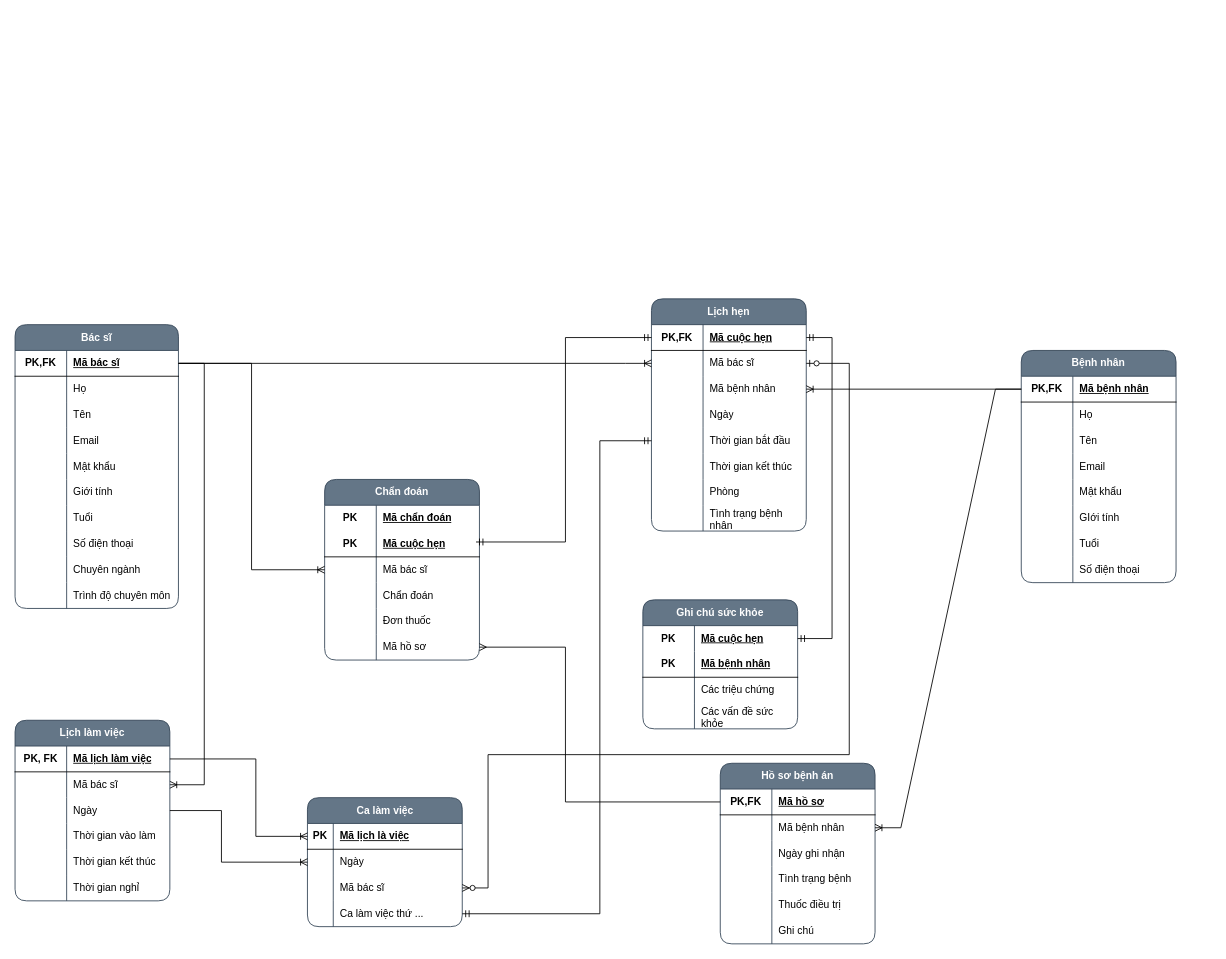
This is Untitled Diagram.drawio from AugustLee25/AugustLee25, a draw.io file, before an edit. Source tidied: cells renumbered, new cells numbered last; positions are measured from the earlier drawing's top-left corner, leaving out a move shared by most shapes. Both pictures are drawn from the tidied source at 86%, with x=0, y=0 at pixel (-338, 152).
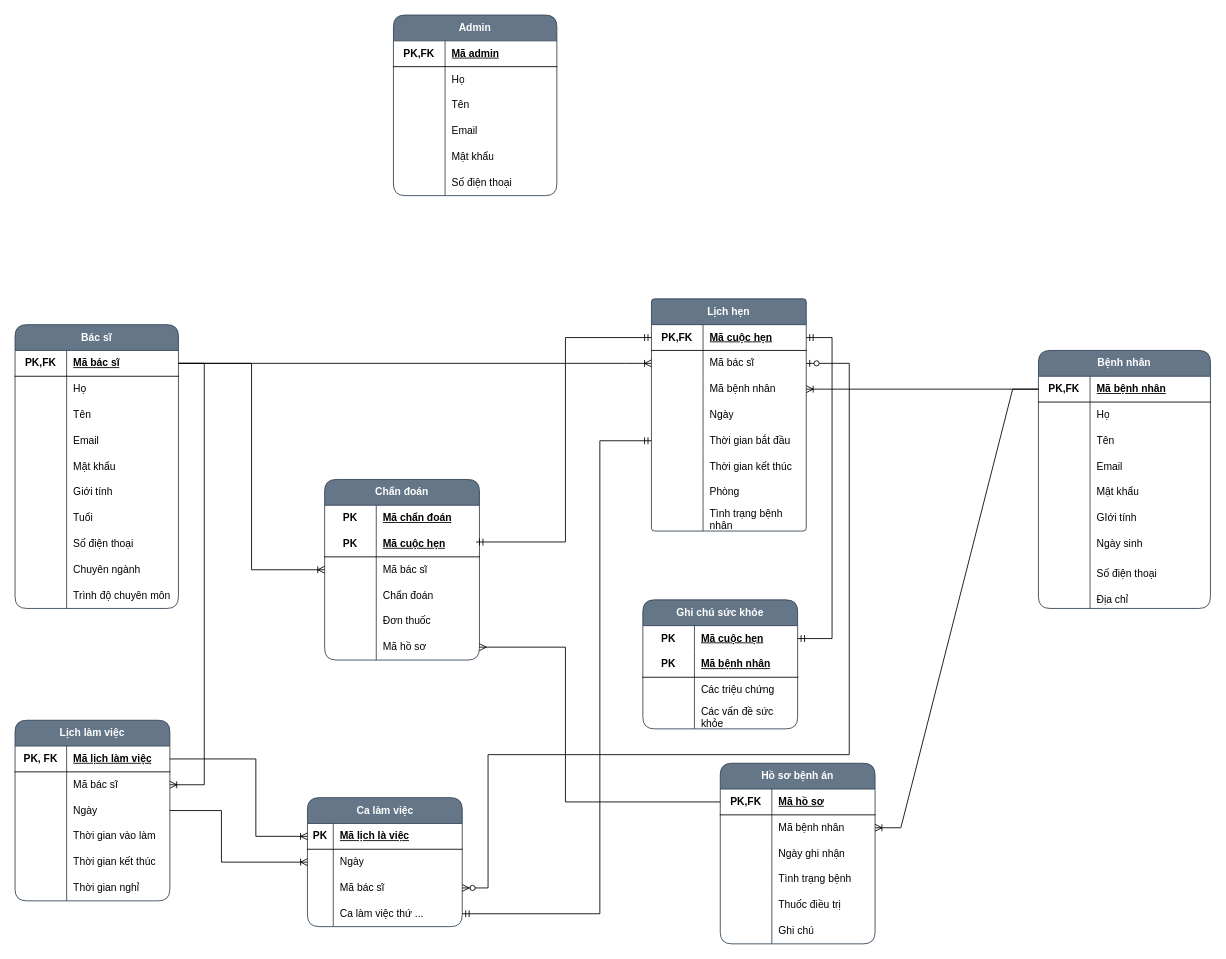
The same page after the edit.

Change to the diagram source:
```diff
@@
     <mxCell id="2" value="Bệnh nhân" style="shape=table;startSize=30;childLayout=tableLayout;rowLines=0;fontStyle=1;align=center;html=1;whiteSpace=wrap;rounded=1;fillColor=#647687;fontColor=#ffffff;strokeColor=#314354;" parent="1" vertex="1">
-      <mxGeometry x="1580" y="230" width="180" height="270" as="geometry" />
+      <mxGeometry x="1600" y="230" width="200" height="300" as="geometry" />
     </mxCell>
     <mxCell id="3" style="shape=tableRow;horizontal=0;startSize=0;swimlaneHead=0;swimlaneBody=0;fillColor=none;points=[[0,0.5],[1,0.5]];portConstraint=eastwest;top=0;left=0;right=0;bottom=1;html=1;" parent="2" vertex="1">
-      <mxGeometry y="30" width="180" height="30" as="geometry" />
+      <mxGeometry y="30" width="200" height="30" as="geometry" />
     </mxCell>
@@
     <mxCell id="5" value="Mã bệnh nhân" style="shape=partialRectangle;fillColor=none;top=0;left=0;bottom=0;right=0;align=left;spacingLeft=6;fontStyle=5;overflow=hidden;html=1;whiteSpace=wrap;" parent="3" vertex="1">
-      <mxGeometry x="60" width="120" height="30" as="geometry" />
+      <mxGeometry x="60" width="140" height="30" as="geometry" />
     </mxCell>
     <mxCell id="6" style="shape=tableRow;horizontal=0;startSize=0;swimlaneHead=0;swimlaneBody=0;fillColor=none;top=0;left=0;right=0;bottom=0;html=1;" parent="2" vertex="1">
-      <mxGeometry y="60" width="180" height="30" as="geometry" />
+      <mxGeometry y="60" width="200" height="30" as="geometry" />
     </mxCell>
@@
     <mxCell id="8" value="Họ" style="shape=partialRectangle;fillColor=none;top=0;left=0;bottom=0;right=0;align=left;spacingLeft=6;overflow=hidden;html=1;whiteSpace=wrap;" parent="6" vertex="1">
-      <mxGeometry x="60" width="120" height="30" as="geometry" />
+      <mxGeometry x="60" width="140" height="30" as="geometry" />
     </mxCell>
     <mxCell id="9" style="shape=tableRow;horizontal=0;startSize=0;swimlaneHead=0;swimlaneBody=0;fillColor=none;top=0;left=0;right=0;bottom=0;html=1;" parent="2" vertex="1">
-      <mxGeometry y="90" width="180" height="30" as="geometry" />
+      <mxGeometry y="90" width="200" height="30" as="geometry" />
     </mxCell>
@@
     <mxCell id="11" value="Tên" style="shape=partialRectangle;fillColor=none;top=0;left=0;bottom=0;right=0;align=left;spacingLeft=6;overflow=hidden;html=1;whiteSpace=wrap;" parent="9" vertex="1">
-      <mxGeometry x="60" width="120" height="30" as="geometry" />
+      <mxGeometry x="60" width="140" height="30" as="geometry" />
     </mxCell>
     <mxCell id="12" style="shape=tableRow;horizontal=0;startSize=0;swimlaneHead=0;swimlaneBody=0;fillColor=none;top=0;left=0;right=0;bottom=0;html=1;" parent="2" vertex="1">
-      <mxGeometry y="120" width="180" height="30" as="geometry" />
+      <mxGeometry y="120" width="200" height="30" as="geometry" />
     </mxCell>
@@
     <mxCell id="14" value="Email" style="shape=partialRectangle;fillColor=none;top=0;left=0;bottom=0;right=0;align=left;spacingLeft=6;overflow=hidden;html=1;whiteSpace=wrap;" parent="12" vertex="1">
-      <mxGeometry x="60" width="120" height="30" as="geometry" />
+      <mxGeometry x="60" width="140" height="30" as="geometry" />
     </mxCell>
     <mxCell id="15" style="shape=tableRow;horizontal=0;startSize=0;swimlaneHead=0;swimlaneBody=0;fillColor=none;top=0;left=0;right=0;bottom=0;html=1;" parent="2" vertex="1">
-      <mxGeometry y="150" width="180" height="30" as="geometry" />
+      <mxGeometry y="150" width="200" height="30" as="geometry" />
     </mxCell>
@@
     <mxCell id="17" value="Mật khẩu" style="shape=partialRectangle;fillColor=none;top=0;left=0;bottom=0;right=0;align=left;spacingLeft=6;overflow=hidden;html=1;whiteSpace=wrap;" parent="15" vertex="1">
-      <mxGeometry x="60" width="120" height="30" as="geometry" />
+      <mxGeometry x="60" width="140" height="30" as="geometry" />
     </mxCell>
     <mxCell id="18" style="shape=tableRow;horizontal=0;startSize=0;swimlaneHead=0;swimlaneBody=0;fillColor=none;top=0;left=0;right=0;bottom=0;html=1;" parent="2" vertex="1">
-      <mxGeometry y="180" width="180" height="30" as="geometry" />
+      <mxGeometry y="180" width="200" height="30" as="geometry" />
     </mxCell>
@@
     <mxCell id="20" value="GIới tính" style="shape=partialRectangle;fillColor=none;top=0;left=0;bottom=0;right=0;align=left;spacingLeft=6;overflow=hidden;html=1;whiteSpace=wrap;" parent="18" vertex="1">
-      <mxGeometry x="60" width="120" height="30" as="geometry" />
+      <mxGeometry x="60" width="140" height="30" as="geometry" />
     </mxCell>
     <mxCell id="21" style="shape=tableRow;horizontal=0;startSize=0;swimlaneHead=0;swimlaneBody=0;fillColor=none;top=0;left=0;right=0;bottom=0;html=1;" parent="2" vertex="1">
-      <mxGeometry y="210" width="180" height="30" as="geometry" />
+      <mxGeometry y="210" width="200" height="30" as="geometry" />
     </mxCell>
@@
-    <mxCell id="23" value="Tuổi" style="shape=partialRectangle;fillColor=none;top=0;left=0;bottom=0;right=0;align=left;spacingLeft=6;overflow=hidden;html=1;whiteSpace=wrap;" parent="21" vertex="1">
-      <mxGeometry x="60" width="120" height="30" as="geometry" />
+    <mxCell id="23" value="Ngày sinh" style="shape=partialRectangle;fillColor=none;top=0;left=0;bottom=0;right=0;align=left;spacingLeft=6;overflow=hidden;html=1;whiteSpace=wrap;" parent="21" vertex="1">
+      <mxGeometry x="60" width="140" height="30" as="geometry" />
     </mxCell>
     <mxCell id="24" style="shape=tableRow;horizontal=0;startSize=0;swimlaneHead=0;swimlaneBody=0;fillColor=none;top=0;left=0;right=0;bottom=0;html=1;" parent="2" vertex="1">
-      <mxGeometry y="240" width="180" height="30" as="geometry" />
+      <mxGeometry y="240" width="200" height="40" as="geometry" />
     </mxCell>
     <mxCell id="25" style="shape=partialRectangle;fillColor=none;top=0;left=0;bottom=0;right=0;overflow=hidden;html=1;whiteSpace=wrap;" parent="24" vertex="1">
-      <mxGeometry width="60" height="30" as="geometry" />
+      <mxGeometry width="60" height="40" as="geometry" />
     </mxCell>
     <mxCell id="26" value="Số điện thoại" style="shape=partialRectangle;fillColor=none;top=0;left=0;bottom=0;right=0;align=left;spacingLeft=6;overflow=hidden;html=1;whiteSpace=wrap;" parent="24" vertex="1">
-      <mxGeometry x="60" width="120" height="30" as="geometry" />
+      <mxGeometry x="60" width="140" height="40" as="geometry" />
     </mxCell>
+    <mxCell id="178" style="shape=tableRow;horizontal=0;startSize=0;swimlaneHead=0;swimlaneBody=0;fillColor=none;top=0;left=0;right=0;bottom=0;html=1;" parent="2" vertex="1">
+      <mxGeometry y="280" width="200" height="20" as="geometry" />
+    </mxCell>
+    <mxCell id="179" style="shape=partialRectangle;fillColor=none;top=0;left=0;bottom=0;right=0;overflow=hidden;html=1;whiteSpace=wrap;" parent="178" vertex="1">
+      <mxGeometry width="60" height="20" as="geometry" />
+    </mxCell>
+    <mxCell id="180" value="Địa chỉ" style="shape=partialRectangle;fillColor=none;top=0;left=0;bottom=0;right=0;align=left;spacingLeft=6;overflow=hidden;html=1;whiteSpace=wrap;" parent="178" vertex="1">
+      <mxGeometry x="60" width="140" height="20" as="geometry" />
+    </mxCell>
-    <mxCell id="27" value="Lịch hẹn" style="shape=table;startSize=30;childLayout=tableLayout;rowLines=0;fontStyle=1;align=center;html=1;whiteSpace=wrap;rounded=1;fillColor=#647687;fontColor=#ffffff;strokeColor=#314354;" parent="1" vertex="1">
+    <mxCell id="27" value="Lịch hẹn" style="shape=table;startSize=30;childLayout=tableLayout;rowLines=0;fontStyle=1;align=center;html=1;whiteSpace=wrap;rounded=1;fillColor=#647687;fontColor=#ffffff;strokeColor=#314354;arcSize=4;" parent="1" vertex="1">
       <mxGeometry x="1150" y="170" width="180" height="270" as="geometry" />
     </mxCell>
@@
+    <mxCell id="181" value="Admin" style="shape=table;startSize=30;childLayout=tableLayout;rowLines=0;fontStyle=1;align=center;html=1;whiteSpace=wrap;rounded=1;fillColor=#647687;fontColor=#ffffff;strokeColor=#314354;" parent="1" vertex="1">
+      <mxGeometry x="850" y="-160" width="190" height="210" as="geometry" />
+    </mxCell>
+    <mxCell id="182" style="shape=tableRow;horizontal=0;startSize=0;swimlaneHead=0;swimlaneBody=0;fillColor=none;top=0;left=0;right=0;bottom=1;html=1;" parent="181" vertex="1">
+      <mxGeometry y="30" width="190" height="30" as="geometry" />
+    </mxCell>
+    <mxCell id="183" value="PK,FK" style="shape=partialRectangle;fillColor=none;top=0;left=0;bottom=0;right=0;fontStyle=1;overflow=hidden;html=1;whiteSpace=wrap;" parent="182" vertex="1">
+      <mxGeometry width="60" height="30" as="geometry" />
+    </mxCell>
+    <mxCell id="184" value="Mã admin" style="shape=partialRectangle;fillColor=none;top=0;left=0;bottom=0;right=0;align=left;spacingLeft=6;fontStyle=5;overflow=hidden;html=1;whiteSpace=wrap;" parent="182" vertex="1">
+      <mxGeometry x="60" width="130" height="30" as="geometry" />
+    </mxCell>
+    <mxCell id="185" style="shape=tableRow;horizontal=0;startSize=0;swimlaneHead=0;swimlaneBody=0;fillColor=none;top=0;left=0;right=0;bottom=0;html=1;" parent="181" vertex="1">
+      <mxGeometry y="60" width="190" height="30" as="geometry" />
+    </mxCell>
+    <mxCell id="186" style="shape=partialRectangle;fillColor=none;top=0;left=0;bottom=0;right=0;overflow=hidden;html=1;whiteSpace=wrap;" parent="185" vertex="1">
+      <mxGeometry width="60" height="30" as="geometry" />
+    </mxCell>
+    <mxCell id="187" value="Họ" style="shape=partialRectangle;fillColor=none;top=0;left=0;bottom=0;right=0;align=left;spacingLeft=6;overflow=hidden;html=1;whiteSpace=wrap;" parent="185" vertex="1">
+      <mxGeometry x="60" width="130" height="30" as="geometry" />
+    </mxCell>
+    <mxCell id="188" style="shape=tableRow;horizontal=0;startSize=0;swimlaneHead=0;swimlaneBody=0;fillColor=none;top=0;left=0;right=0;bottom=0;html=1;" parent="181" vertex="1">
+      <mxGeometry y="90" width="190" height="30" as="geometry" />
+    </mxCell>
+    <mxCell id="189" style="shape=partialRectangle;fillColor=none;top=0;left=0;bottom=0;right=0;overflow=hidden;html=1;whiteSpace=wrap;" parent="188" vertex="1">
+      <mxGeometry width="60" height="30" as="geometry" />
+    </mxCell>
+    <mxCell id="190" value="Tên" style="shape=partialRectangle;fillColor=none;top=0;left=0;bottom=0;right=0;align=left;spacingLeft=6;overflow=hidden;html=1;whiteSpace=wrap;" parent="188" vertex="1">
+      <mxGeometry x="60" width="130" height="30" as="geometry" />
+    </mxCell>
+    <mxCell id="191" style="shape=tableRow;horizontal=0;startSize=0;swimlaneHead=0;swimlaneBody=0;fillColor=none;top=0;left=0;right=0;bottom=0;html=1;" parent="181" vertex="1">
+      <mxGeometry y="120" width="190" height="30" as="geometry" />
+    </mxCell>
+    <mxCell id="192" style="shape=partialRectangle;fillColor=none;top=0;left=0;bottom=0;right=0;overflow=hidden;html=1;whiteSpace=wrap;" parent="191" vertex="1">
+      <mxGeometry width="60" height="30" as="geometry" />
+    </mxCell>
+    <mxCell id="193" value="Email" style="shape=partialRectangle;fillColor=none;top=0;left=0;bottom=0;right=0;align=left;spacingLeft=6;overflow=hidden;html=1;whiteSpace=wrap;" parent="191" vertex="1">
+      <mxGeometry x="60" width="130" height="30" as="geometry" />
+    </mxCell>
+    <mxCell id="194" style="shape=tableRow;horizontal=0;startSize=0;swimlaneHead=0;swimlaneBody=0;fillColor=none;top=0;left=0;right=0;bottom=0;html=1;" parent="181" vertex="1">
+      <mxGeometry y="150" width="190" height="30" as="geometry" />
+    </mxCell>
+    <mxCell id="195" style="shape=partialRectangle;fillColor=none;top=0;left=0;bottom=0;right=0;overflow=hidden;html=1;whiteSpace=wrap;" parent="194" vertex="1">
+      <mxGeometry width="60" height="30" as="geometry" />
+    </mxCell>
+    <mxCell id="196" value="Mật khẩu" style="shape=partialRectangle;fillColor=none;top=0;left=0;bottom=0;right=0;align=left;spacingLeft=6;overflow=hidden;html=1;whiteSpace=wrap;" parent="194" vertex="1">
+      <mxGeometry x="60" width="130" height="30" as="geometry" />
+    </mxCell>
+    <mxCell id="197" style="shape=tableRow;horizontal=0;startSize=0;swimlaneHead=0;swimlaneBody=0;fillColor=none;top=0;left=0;right=0;bottom=0;html=1;" parent="181" vertex="1">
+      <mxGeometry y="180" width="190" height="30" as="geometry" />
+    </mxCell>
+    <mxCell id="198" style="shape=partialRectangle;fillColor=none;top=0;left=0;bottom=0;right=0;overflow=hidden;html=1;whiteSpace=wrap;" parent="197" vertex="1">
+      <mxGeometry width="60" height="30" as="geometry" />
+    </mxCell>
+    <mxCell id="199" value="Số điện thoại" style="shape=partialRectangle;fillColor=none;top=0;left=0;bottom=0;right=0;align=left;spacingLeft=6;overflow=hidden;html=1;whiteSpace=wrap;" parent="197" vertex="1">
+      <mxGeometry x="60" width="130" height="30" as="geometry" />
+    </mxCell>
```
